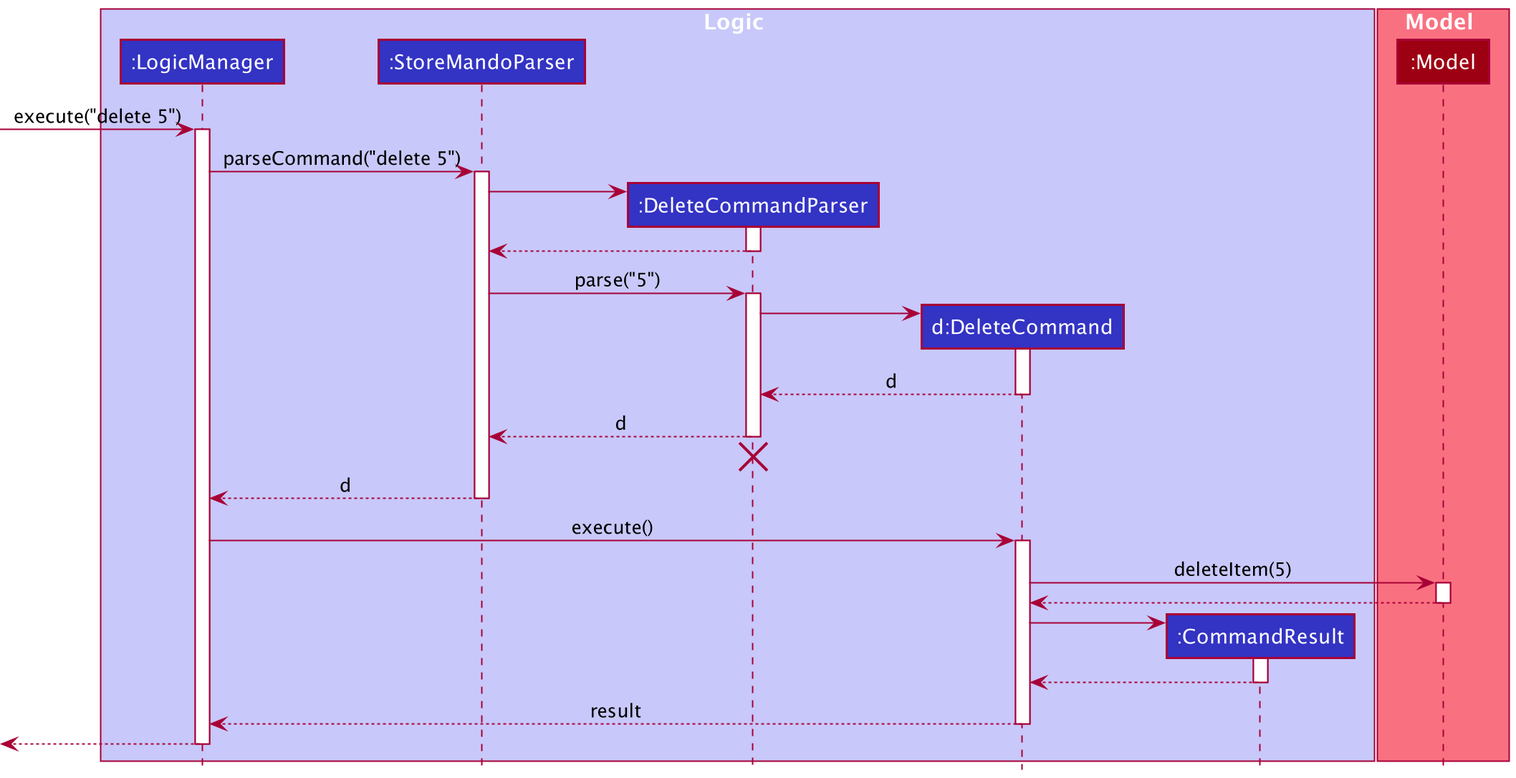
Before: docs/images/DeleteSequenceDiagram.png, a diagram exported from PlantUML (nus-cs2103-AY2021S2/tp).
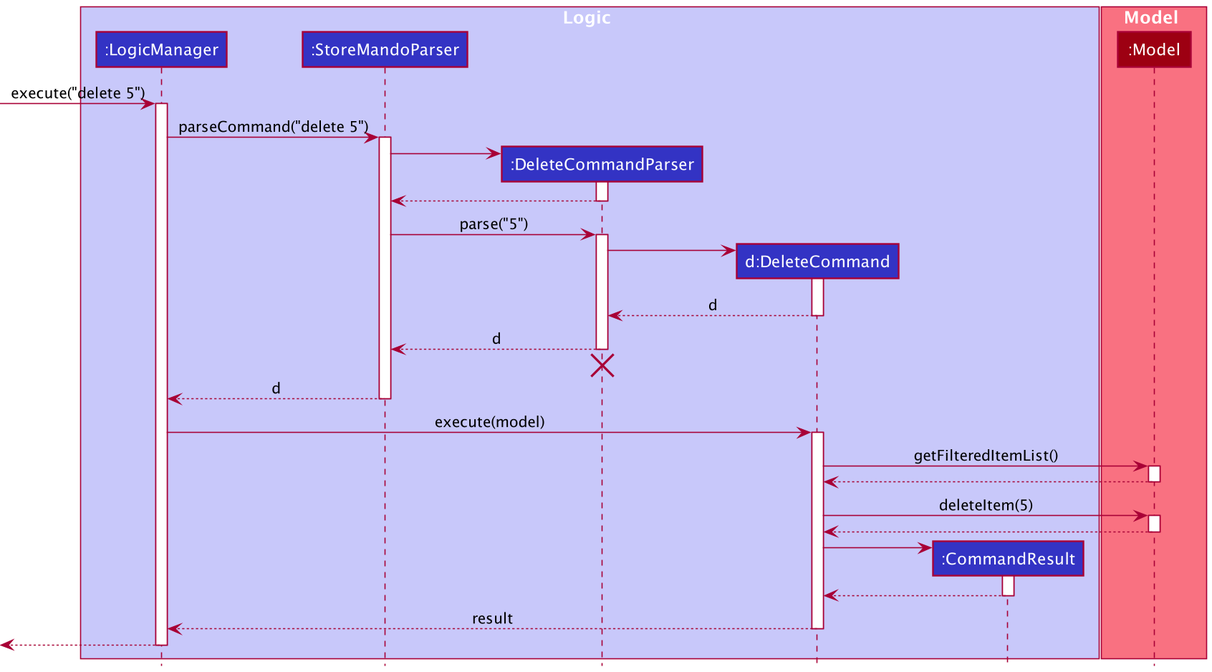
Later version of the same file.

Commit message:
Finalise delete sequence diagram

Diff of the diagram source:
```diff
@@ -44,8 +44,14 @@
 StoreMandoParser --> LogicManager : d
 deactivate StoreMandoParser
 
-LogicManager -> DeleteCommand : execute()
+LogicManager -> DeleteCommand : execute(model)
 activate DeleteCommand
+
+DeleteCommand -> Model : getFilteredItemList()
+activate Model
+
+Model --> DeleteCommand
+deactivate Model
 
 DeleteCommand -> Model : deleteItem(5)
 activate Model
```
